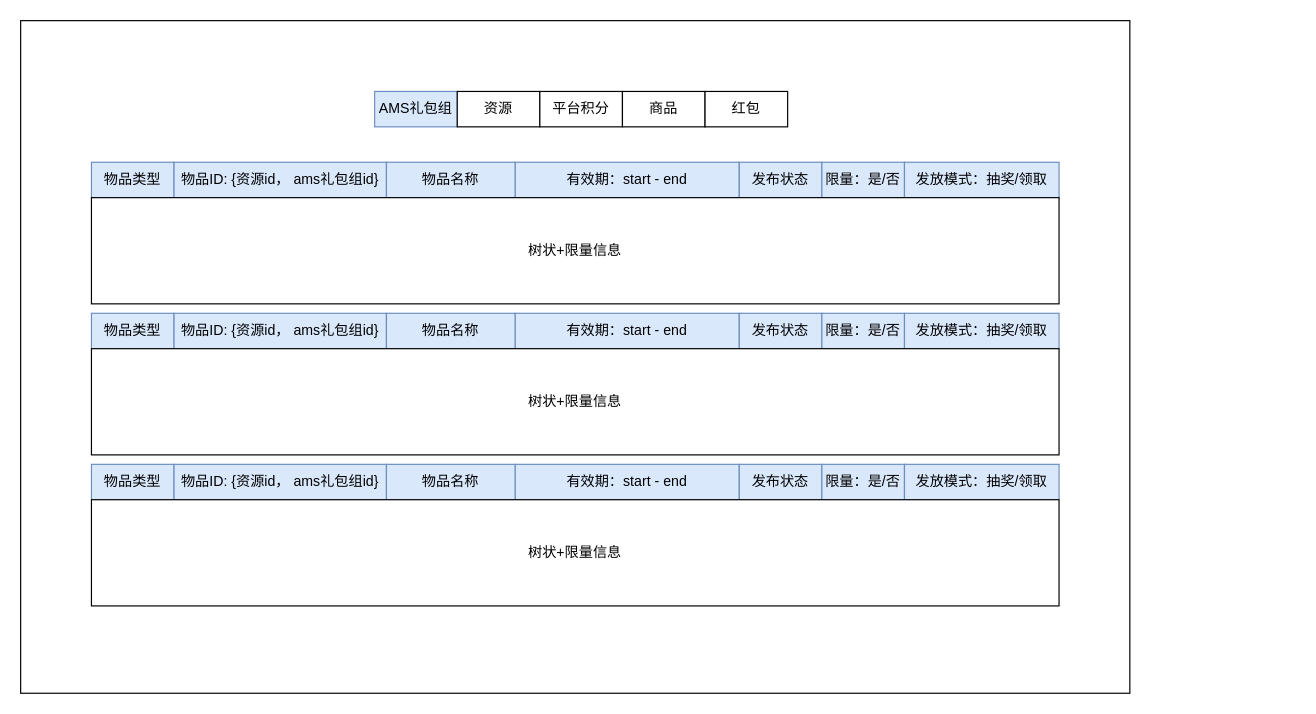
axtrur/resource keeps this draw.io diagram as ceiba_flow3.drawio. Above is the earlier version. Source tidied: cells renumbered, new cells numbered last; positions are measured from the earlier drawing's top-left corner, leaving out a move shared by most shapes. Both pictures are drawn from the tidied source at 118%, with x=0, y=0 at pixel (20, 20).
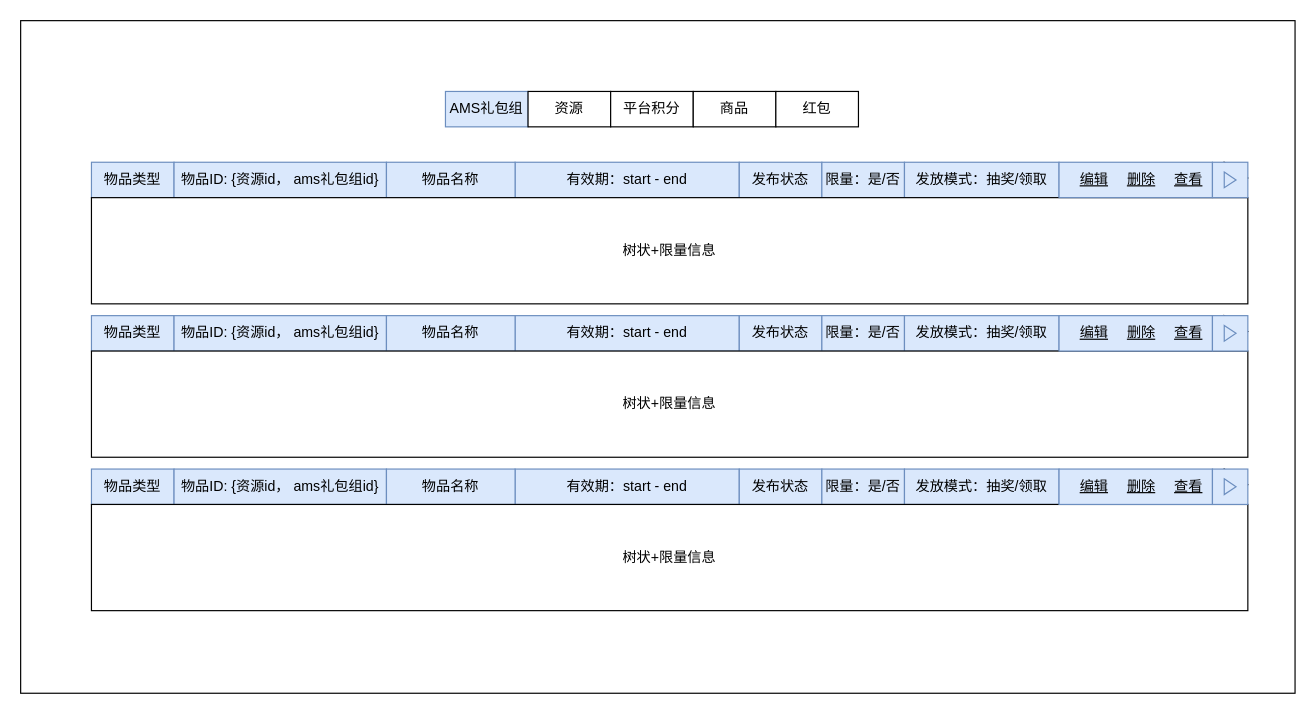
After the change.

The edit, as a diff of the source:
```diff
@@
     <mxCell id="2" style="rounded=0;whiteSpace=wrap;html=1;" parent="1" vertex="1">
-      <mxGeometry width="940" height="570" as="geometry" />
+      <mxGeometry width="1080" height="570" as="geometry" />
     </mxCell>
@@
     <mxCell id="10" value="&lt;span style=&quot;text-align: left;&quot;&gt;AMS礼包组&lt;/span&gt;" style="rounded=0;whiteSpace=wrap;html=1;fillColor=#dae8fc;strokeColor=#6c8ebf;" parent="1" vertex="1">
-      <mxGeometry x="300" y="60" width="70" height="30" as="geometry" />
+      <mxGeometry x="360" y="60" width="70" height="30" as="geometry" />
     </mxCell>
     <mxCell id="11" value="&lt;span style=&quot;text-align: left;&quot;&gt;资源&lt;/span&gt;" style="rounded=0;whiteSpace=wrap;html=1;" parent="1" vertex="1">
-      <mxGeometry x="370" y="60" width="70" height="30" as="geometry" />
+      <mxGeometry x="430" y="60" width="70" height="30" as="geometry" />
     </mxCell>
     <mxCell id="12" value="&lt;span style=&quot;text-align: left;&quot;&gt;平台积分&lt;/span&gt;" style="rounded=0;whiteSpace=wrap;html=1;" parent="1" vertex="1">
-      <mxGeometry x="440" y="60" width="70" height="30" as="geometry" />
+      <mxGeometry x="500" y="60" width="70" height="30" as="geometry" />
     </mxCell>
     <mxCell id="13" value="&lt;span style=&quot;text-align: left;&quot;&gt;商品&lt;/span&gt;" style="rounded=0;whiteSpace=wrap;html=1;" parent="1" vertex="1">
-      <mxGeometry x="510" y="60" width="70" height="30" as="geometry" />
+      <mxGeometry x="570" y="60" width="70" height="30" as="geometry" />
     </mxCell>
     <mxCell id="14" value="&lt;span style=&quot;text-align: left;&quot;&gt;红包&lt;/span&gt;" style="rounded=0;whiteSpace=wrap;html=1;" parent="1" vertex="1">
-      <mxGeometry x="580" y="60" width="70" height="30" as="geometry" />
+      <mxGeometry x="640" y="60" width="70" height="30" as="geometry" />
     </mxCell>
     <mxCell id="15" value="树状+限量信息" style="rounded=0;whiteSpace=wrap;html=1;" parent="1" vertex="1">
-      <mxGeometry x="60" y="150" width="820" height="90" as="geometry" />
+      <mxGeometry x="60" y="150" width="980" height="90" as="geometry" />
     </mxCell>
-    <mxCell id="16" value="物品类型" style="rounded=0;whiteSpace=wrap;html=1;fillColor=#dae8fc;strokeColor=#6c8ebf;" parent="1" vertex="1">
-      <mxGeometry x="60" y="248" width="70" height="30" as="geometry" />
-    </mxCell>
-    <mxCell id="17" value="物品ID: {资源id， ams礼包组id}" style="rounded=0;whiteSpace=wrap;html=1;fillColor=#dae8fc;strokeColor=#6c8ebf;" parent="1" vertex="1">
-      <mxGeometry x="130" y="248" width="180" height="30" as="geometry" />
-    </mxCell>
-    <mxCell id="18" value="有效期：start - end" style="rounded=0;whiteSpace=wrap;html=1;fillColor=#dae8fc;strokeColor=#6c8ebf;" parent="1" vertex="1">
-      <mxGeometry x="419" y="248" width="190" height="30" as="geometry" />
-    </mxCell>
-    <mxCell id="19" value="发布状态" style="rounded=0;whiteSpace=wrap;html=1;fillColor=#dae8fc;strokeColor=#6c8ebf;" parent="1" vertex="1">
-      <mxGeometry x="609" y="248" width="70" height="30" as="geometry" />
-    </mxCell>
-    <mxCell id="20" value="限量：是/否" style="rounded=0;whiteSpace=wrap;html=1;fillColor=#dae8fc;strokeColor=#6c8ebf;" parent="1" vertex="1">
-      <mxGeometry x="679" y="248" width="70" height="30" as="geometry" />
-    </mxCell>
-    <mxCell id="21" value="发放模式：抽奖/领取" style="rounded=0;whiteSpace=wrap;html=1;fillColor=#dae8fc;strokeColor=#6c8ebf;" parent="1" vertex="1">
-      <mxGeometry x="749" y="248" width="131" height="30" as="geometry" />
-    </mxCell>
-    <mxCell id="22" value="物品名称" style="rounded=0;whiteSpace=wrap;html=1;fillColor=#dae8fc;strokeColor=#6c8ebf;" parent="1" vertex="1">
-      <mxGeometry x="310" y="248" width="109" height="30" as="geometry" />
-    </mxCell>
-    <mxCell id="23" value="树状+限量信息" style="rounded=0;whiteSpace=wrap;html=1;" parent="1" vertex="1">
-      <mxGeometry x="60" y="278" width="820" height="90" as="geometry" />
-    </mxCell>
-    <mxCell id="24" value="物品类型" style="rounded=0;whiteSpace=wrap;html=1;fillColor=#dae8fc;strokeColor=#6c8ebf;" parent="1" vertex="1">
-      <mxGeometry x="60" y="376" width="70" height="30" as="geometry" />
-    </mxCell>
-    <mxCell id="25" value="物品ID: {资源id， ams礼包组id}" style="rounded=0;whiteSpace=wrap;html=1;fillColor=#dae8fc;strokeColor=#6c8ebf;" parent="1" vertex="1">
-      <mxGeometry x="130" y="376" width="180" height="30" as="geometry" />
-    </mxCell>
-    <mxCell id="26" value="有效期：start - end" style="rounded=0;whiteSpace=wrap;html=1;fillColor=#dae8fc;strokeColor=#6c8ebf;" parent="1" vertex="1">
-      <mxGeometry x="419" y="376" width="190" height="30" as="geometry" />
-    </mxCell>
-    <mxCell id="27" value="发布状态" style="rounded=0;whiteSpace=wrap;html=1;fillColor=#dae8fc;strokeColor=#6c8ebf;" parent="1" vertex="1">
-      <mxGeometry x="609" y="376" width="70" height="30" as="geometry" />
-    </mxCell>
-    <mxCell id="28" value="限量：是/否" style="rounded=0;whiteSpace=wrap;html=1;fillColor=#dae8fc;strokeColor=#6c8ebf;" parent="1" vertex="1">
-      <mxGeometry x="679" y="376" width="70" height="30" as="geometry" />
-    </mxCell>
-    <mxCell id="29" value="发放模式：抽奖/领取" style="rounded=0;whiteSpace=wrap;html=1;fillColor=#dae8fc;strokeColor=#6c8ebf;" parent="1" vertex="1">
-      <mxGeometry x="749" y="376" width="131" height="30" as="geometry" />
-    </mxCell>
-    <mxCell id="30" value="物品名称" style="rounded=0;whiteSpace=wrap;html=1;fillColor=#dae8fc;strokeColor=#6c8ebf;" parent="1" vertex="1">
-      <mxGeometry x="310" y="376" width="109" height="30" as="geometry" />
-    </mxCell>
-    <mxCell id="31" value="树状+限量信息" style="rounded=0;whiteSpace=wrap;html=1;" parent="1" vertex="1">
-      <mxGeometry x="60" y="406" width="820" height="90" as="geometry" />
-    </mxCell>
+    <mxCell id="32" style="rounded=0;whiteSpace=wrap;html=1;fillColor=#dae8fc;strokeColor=#6c8ebf;" parent="1" vertex="1">
+      <mxGeometry x="880" y="120" width="130" height="30" as="geometry" />
+    </mxCell>
+    <mxCell id="33" value="&lt;u&gt;编辑&lt;/u&gt;" style="text;html=1;align=center;verticalAlign=middle;whiteSpace=wrap;rounded=0;" parent="1" vertex="1">
+      <mxGeometry x="890" y="120" width="40" height="30" as="geometry" />
+    </mxCell>
+    <mxCell id="34" value="&lt;u&gt;删除&lt;/u&gt;" style="text;html=1;align=center;verticalAlign=middle;whiteSpace=wrap;rounded=0;" parent="1" vertex="1">
+      <mxGeometry x="930" y="120" width="40" height="30" as="geometry" />
+    </mxCell>
+    <mxCell id="35" value="&lt;u&gt;查看&lt;/u&gt;" style="text;html=1;align=center;verticalAlign=middle;whiteSpace=wrap;rounded=0;" parent="1" vertex="1">
+      <mxGeometry x="970" y="120" width="40" height="30" as="geometry" />
+    </mxCell>
+    <mxCell id="36" style="triangle;whiteSpace=wrap;html=1;" parent="1" vertex="1">
+      <mxGeometry x="1020" y="120" width="20" height="26.7" as="geometry" />
+    </mxCell>
+    <mxCell id="37" style="rounded=0;whiteSpace=wrap;html=1;fillColor=#dae8fc;strokeColor=#6c8ebf;" parent="1" vertex="1">
+      <mxGeometry x="1010" y="120" width="30" height="30" as="geometry" />
+    </mxCell>
+    <mxCell id="38" style="triangle;whiteSpace=wrap;html=1;fillColor=#dae8fc;strokeColor=#6c8ebf;" parent="1" vertex="1">
+      <mxGeometry x="1020" y="128.3" width="10" height="13.3" as="geometry" />
+    </mxCell>
+    <mxCell id="39" value="物品类型" style="rounded=0;whiteSpace=wrap;html=1;fillColor=#dae8fc;strokeColor=#6c8ebf;" parent="1" vertex="1">
+      <mxGeometry x="60" y="250" width="70" height="30" as="geometry" />
+    </mxCell>
+    <mxCell id="40" value="物品ID: {资源id， ams礼包组id}" style="rounded=0;whiteSpace=wrap;html=1;fillColor=#dae8fc;strokeColor=#6c8ebf;" parent="1" vertex="1">
+      <mxGeometry x="130" y="250" width="180" height="30" as="geometry" />
+    </mxCell>
+    <mxCell id="41" value="有效期：start - end" style="rounded=0;whiteSpace=wrap;html=1;fillColor=#dae8fc;strokeColor=#6c8ebf;" parent="1" vertex="1">
+      <mxGeometry x="419" y="250" width="190" height="30" as="geometry" />
+    </mxCell>
+    <mxCell id="42" value="发布状态" style="rounded=0;whiteSpace=wrap;html=1;fillColor=#dae8fc;strokeColor=#6c8ebf;" parent="1" vertex="1">
+      <mxGeometry x="609" y="250" width="70" height="30" as="geometry" />
+    </mxCell>
+    <mxCell id="43" value="限量：是/否" style="rounded=0;whiteSpace=wrap;html=1;fillColor=#dae8fc;strokeColor=#6c8ebf;" parent="1" vertex="1">
+      <mxGeometry x="679" y="250" width="70" height="30" as="geometry" />
+    </mxCell>
+    <mxCell id="44" value="发放模式：抽奖/领取" style="rounded=0;whiteSpace=wrap;html=1;fillColor=#dae8fc;strokeColor=#6c8ebf;" parent="1" vertex="1">
+      <mxGeometry x="749" y="250" width="131" height="30" as="geometry" />
+    </mxCell>
+    <mxCell id="45" value="物品名称" style="rounded=0;whiteSpace=wrap;html=1;fillColor=#dae8fc;strokeColor=#6c8ebf;" parent="1" vertex="1">
+      <mxGeometry x="310" y="250" width="109" height="30" as="geometry" />
+    </mxCell>
+    <mxCell id="46" value="树状+限量信息" style="rounded=0;whiteSpace=wrap;html=1;" parent="1" vertex="1">
+      <mxGeometry x="60" y="280" width="980" height="90" as="geometry" />
+    </mxCell>
+    <mxCell id="47" style="rounded=0;whiteSpace=wrap;html=1;fillColor=#dae8fc;strokeColor=#6c8ebf;" parent="1" vertex="1">
+      <mxGeometry x="880" y="250" width="130" height="30" as="geometry" />
+    </mxCell>
+    <mxCell id="48" value="&lt;u&gt;编辑&lt;/u&gt;" style="text;html=1;align=center;verticalAlign=middle;whiteSpace=wrap;rounded=0;" parent="1" vertex="1">
+      <mxGeometry x="890" y="250" width="40" height="30" as="geometry" />
+    </mxCell>
+    <mxCell id="49" value="&lt;u&gt;删除&lt;/u&gt;" style="text;html=1;align=center;verticalAlign=middle;whiteSpace=wrap;rounded=0;" parent="1" vertex="1">
+      <mxGeometry x="930" y="250" width="40" height="30" as="geometry" />
+    </mxCell>
+    <mxCell id="50" value="&lt;u&gt;查看&lt;/u&gt;" style="text;html=1;align=center;verticalAlign=middle;whiteSpace=wrap;rounded=0;" parent="1" vertex="1">
+      <mxGeometry x="970" y="250" width="40" height="30" as="geometry" />
+    </mxCell>
+    <mxCell id="51" style="triangle;whiteSpace=wrap;html=1;" parent="1" vertex="1">
+      <mxGeometry x="1020" y="250" width="20" height="26.7" as="geometry" />
+    </mxCell>
+    <mxCell id="52" style="rounded=0;whiteSpace=wrap;html=1;fillColor=#dae8fc;strokeColor=#6c8ebf;" parent="1" vertex="1">
+      <mxGeometry x="1010" y="250" width="30" height="30" as="geometry" />
+    </mxCell>
+    <mxCell id="53" style="triangle;whiteSpace=wrap;html=1;fillColor=#dae8fc;strokeColor=#6c8ebf;" parent="1" vertex="1">
+      <mxGeometry x="1020" y="258.3" width="10" height="13.3" as="geometry" />
+    </mxCell>
+    <mxCell id="54" value="物品类型" style="rounded=0;whiteSpace=wrap;html=1;fillColor=#dae8fc;strokeColor=#6c8ebf;" parent="1" vertex="1">
+      <mxGeometry x="60" y="380" width="70" height="30" as="geometry" />
+    </mxCell>
+    <mxCell id="55" value="物品ID: {资源id， ams礼包组id}" style="rounded=0;whiteSpace=wrap;html=1;fillColor=#dae8fc;strokeColor=#6c8ebf;" parent="1" vertex="1">
+      <mxGeometry x="130" y="380" width="180" height="30" as="geometry" />
+    </mxCell>
+    <mxCell id="56" value="有效期：start - end" style="rounded=0;whiteSpace=wrap;html=1;fillColor=#dae8fc;strokeColor=#6c8ebf;" parent="1" vertex="1">
+      <mxGeometry x="419" y="380" width="190" height="30" as="geometry" />
+    </mxCell>
+    <mxCell id="57" value="发布状态" style="rounded=0;whiteSpace=wrap;html=1;fillColor=#dae8fc;strokeColor=#6c8ebf;" parent="1" vertex="1">
+      <mxGeometry x="609" y="380" width="70" height="30" as="geometry" />
+    </mxCell>
+    <mxCell id="58" value="限量：是/否" style="rounded=0;whiteSpace=wrap;html=1;fillColor=#dae8fc;strokeColor=#6c8ebf;" parent="1" vertex="1">
+      <mxGeometry x="679" y="380" width="70" height="30" as="geometry" />
+    </mxCell>
+    <mxCell id="59" value="发放模式：抽奖/领取" style="rounded=0;whiteSpace=wrap;html=1;fillColor=#dae8fc;strokeColor=#6c8ebf;" parent="1" vertex="1">
+      <mxGeometry x="749" y="380" width="131" height="30" as="geometry" />
+    </mxCell>
+    <mxCell id="60" value="物品名称" style="rounded=0;whiteSpace=wrap;html=1;fillColor=#dae8fc;strokeColor=#6c8ebf;" parent="1" vertex="1">
+      <mxGeometry x="310" y="380" width="109" height="30" as="geometry" />
+    </mxCell>
+    <mxCell id="61" value="树状+限量信息" style="rounded=0;whiteSpace=wrap;html=1;" parent="1" vertex="1">
+      <mxGeometry x="60" y="410" width="980" height="90" as="geometry" />
+    </mxCell>
+    <mxCell id="62" style="rounded=0;whiteSpace=wrap;html=1;fillColor=#dae8fc;strokeColor=#6c8ebf;" parent="1" vertex="1">
+      <mxGeometry x="880" y="380" width="130" height="30" as="geometry" />
+    </mxCell>
+    <mxCell id="63" value="&lt;u&gt;编辑&lt;/u&gt;" style="text;html=1;align=center;verticalAlign=middle;whiteSpace=wrap;rounded=0;" parent="1" vertex="1">
+      <mxGeometry x="890" y="380" width="40" height="30" as="geometry" />
+    </mxCell>
+    <mxCell id="64" value="&lt;u&gt;删除&lt;/u&gt;" style="text;html=1;align=center;verticalAlign=middle;whiteSpace=wrap;rounded=0;" parent="1" vertex="1">
+      <mxGeometry x="930" y="380" width="40" height="30" as="geometry" />
+    </mxCell>
+    <mxCell id="65" value="&lt;u&gt;查看&lt;/u&gt;" style="text;html=1;align=center;verticalAlign=middle;whiteSpace=wrap;rounded=0;" parent="1" vertex="1">
+      <mxGeometry x="970" y="380" width="40" height="30" as="geometry" />
+    </mxCell>
+    <mxCell id="66" style="triangle;whiteSpace=wrap;html=1;" parent="1" vertex="1">
+      <mxGeometry x="1020" y="380" width="20" height="26.7" as="geometry" />
+    </mxCell>
+    <mxCell id="67" style="rounded=0;whiteSpace=wrap;html=1;fillColor=#dae8fc;strokeColor=#6c8ebf;" parent="1" vertex="1">
+      <mxGeometry x="1010" y="380" width="30" height="30" as="geometry" />
+    </mxCell>
+    <mxCell id="68" style="triangle;whiteSpace=wrap;html=1;fillColor=#dae8fc;strokeColor=#6c8ebf;" parent="1" vertex="1">
+      <mxGeometry x="1020" y="388.3" width="10" height="13.3" as="geometry" />
+    </mxCell>
```
